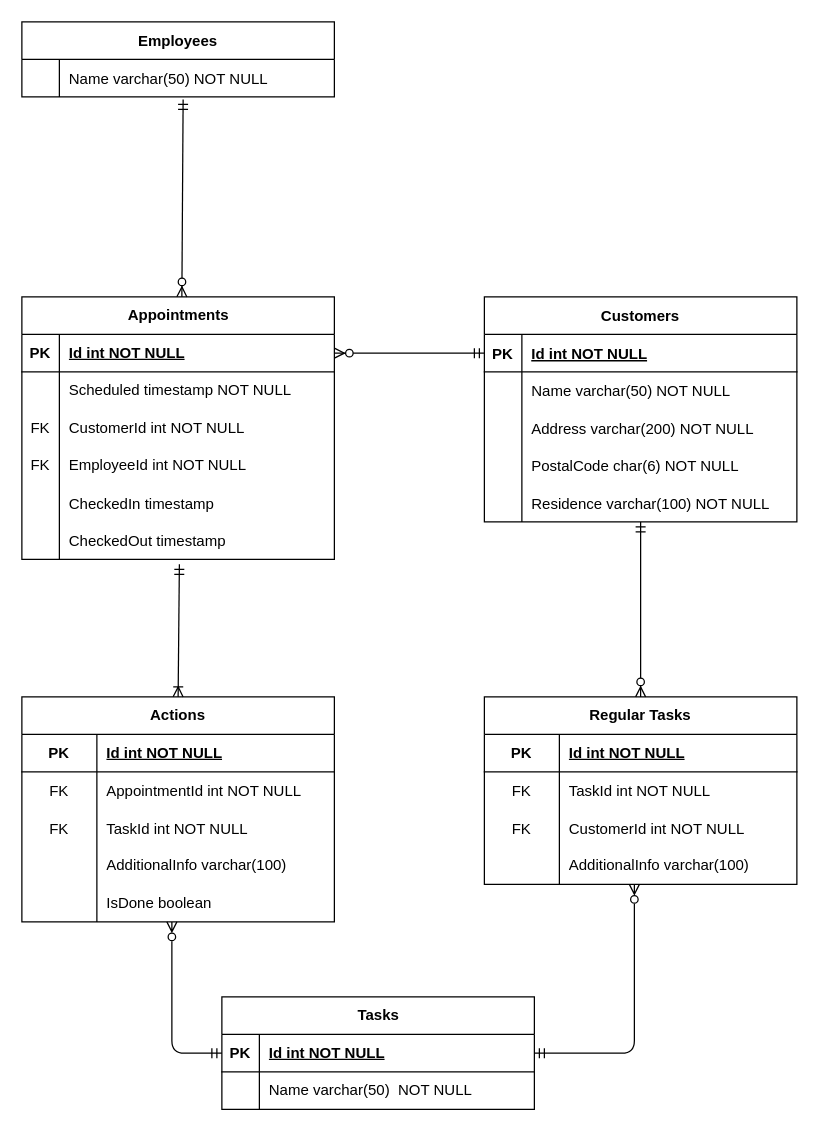
Before: page "Page-1" (1 of 2) of Assets/Diagrams/Zapp-diagram.drawio in quincy-tromp/Educom-ZAPP, a draw.io diagram. Source tidied: cells renumbered, new cells numbered last; positions are measured from the earlier drawing's top-left corner, leaving out a move shared by most shapes. Both pictures are drawn from the tidied source at 125%, with x=0, y=0 at pixel (21, 21).
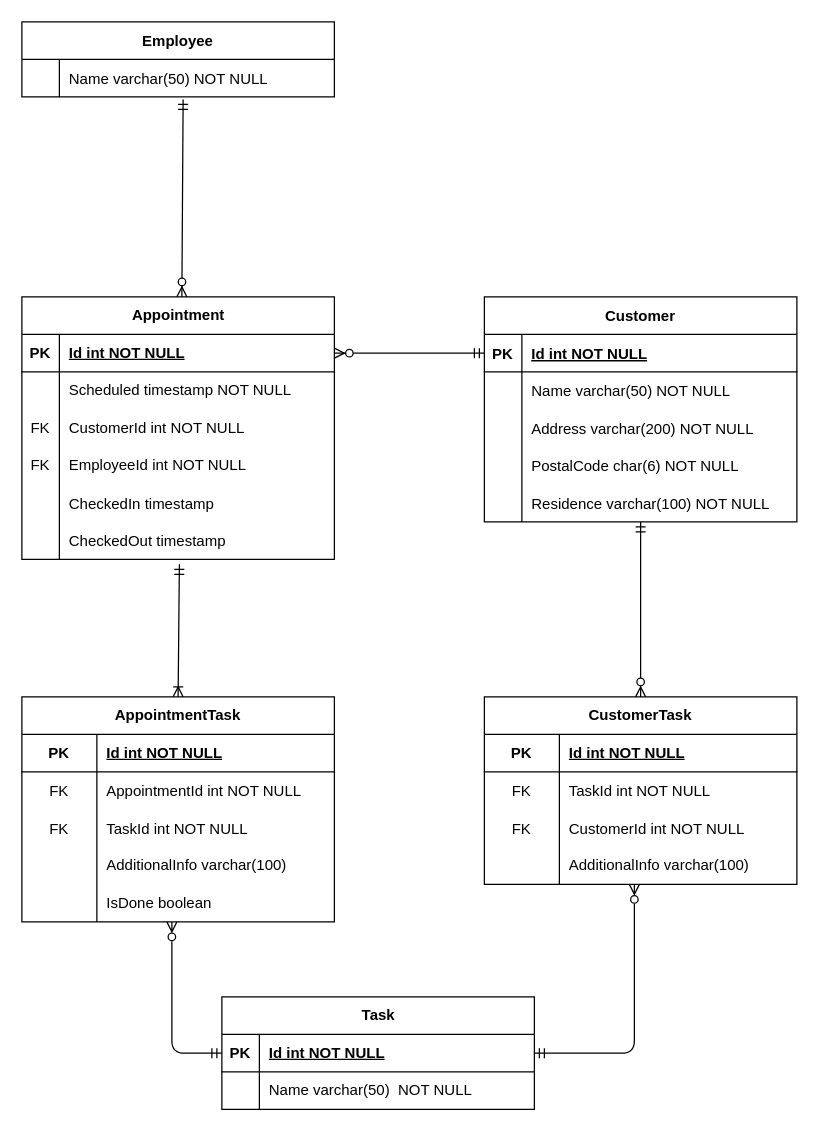
The same diagram, later.

Change to the diagram source:
```diff
@@
-    <mxCell id="2" value="Employees" style="shape=table;startSize=30;childLayout=tableLayout;rowLines=0;fontStyle=1;align=center;" parent="1" vertex="1">
+    <mxCell id="2" value="Employee" style="shape=table;startSize=30;childLayout=tableLayout;rowLines=0;fontStyle=1;align=center;" parent="1" vertex="1">
       <mxGeometry width="250" height="60" as="geometry" />
     </mxCell>
@@
-    <mxCell id="6" value="Customers" style="shape=table;startSize=30;childLayout=tableLayout;rowLines=0;fontStyle=1;align=center;" parent="1" vertex="1">
+    <mxCell id="6" value="Customer" style="shape=table;startSize=30;childLayout=tableLayout;rowLines=0;fontStyle=1;align=center;" parent="1" vertex="1">
       <mxGeometry x="370" y="220" width="250" height="180" as="geometry" />
     </mxCell>
@@
-    <mxCell id="22" value="Appointments" style="shape=table;startSize=30;childLayout=tableLayout;rowLines=0;fontStyle=1;align=center;html=1;" parent="1" vertex="1">
+    <mxCell id="22" value="Appointment" style="shape=table;startSize=30;childLayout=tableLayout;rowLines=0;fontStyle=1;align=center;html=1;" parent="1" vertex="1">
       <mxGeometry y="220" width="250" height="210" as="geometry" />
     </mxCell>
@@
-    <mxCell id="41" value="Actions" style="shape=table;startSize=30;childLayout=tableLayout;rowLines=0;fontStyle=1;align=center;html=1;whiteSpace=wrap;" parent="1" vertex="1">
+    <mxCell id="41" value="AppointmentTask" style="shape=table;startSize=30;childLayout=tableLayout;rowLines=0;fontStyle=1;align=center;html=1;whiteSpace=wrap;" parent="1" vertex="1">
       <mxGeometry y="540" width="250" height="180" as="geometry" />
     </mxCell>
@@
-    <mxCell id="57" value="Tasks" style="shape=table;startSize=30;childLayout=tableLayout;rowLines=0;fontStyle=1;align=center;html=1;" parent="1" vertex="1">
+    <mxCell id="57" value="Task" style="shape=table;startSize=30;childLayout=tableLayout;rowLines=0;fontStyle=1;align=center;html=1;" parent="1" vertex="1">
       <mxGeometry x="160" y="780" width="250" height="90" as="geometry" />
     </mxCell>
@@
-    <mxCell id="64" value="Regular Tasks" style="shape=table;startSize=30;childLayout=tableLayout;rowLines=0;fontStyle=1;align=center;html=1;whiteSpace=wrap;" parent="1" vertex="1">
+    <mxCell id="64" value="CustomerTask" style="shape=table;startSize=30;childLayout=tableLayout;rowLines=0;fontStyle=1;align=center;html=1;whiteSpace=wrap;" parent="1" vertex="1">
       <mxGeometry x="370" y="540" width="250" height="150" as="geometry" />
     </mxCell>
```
